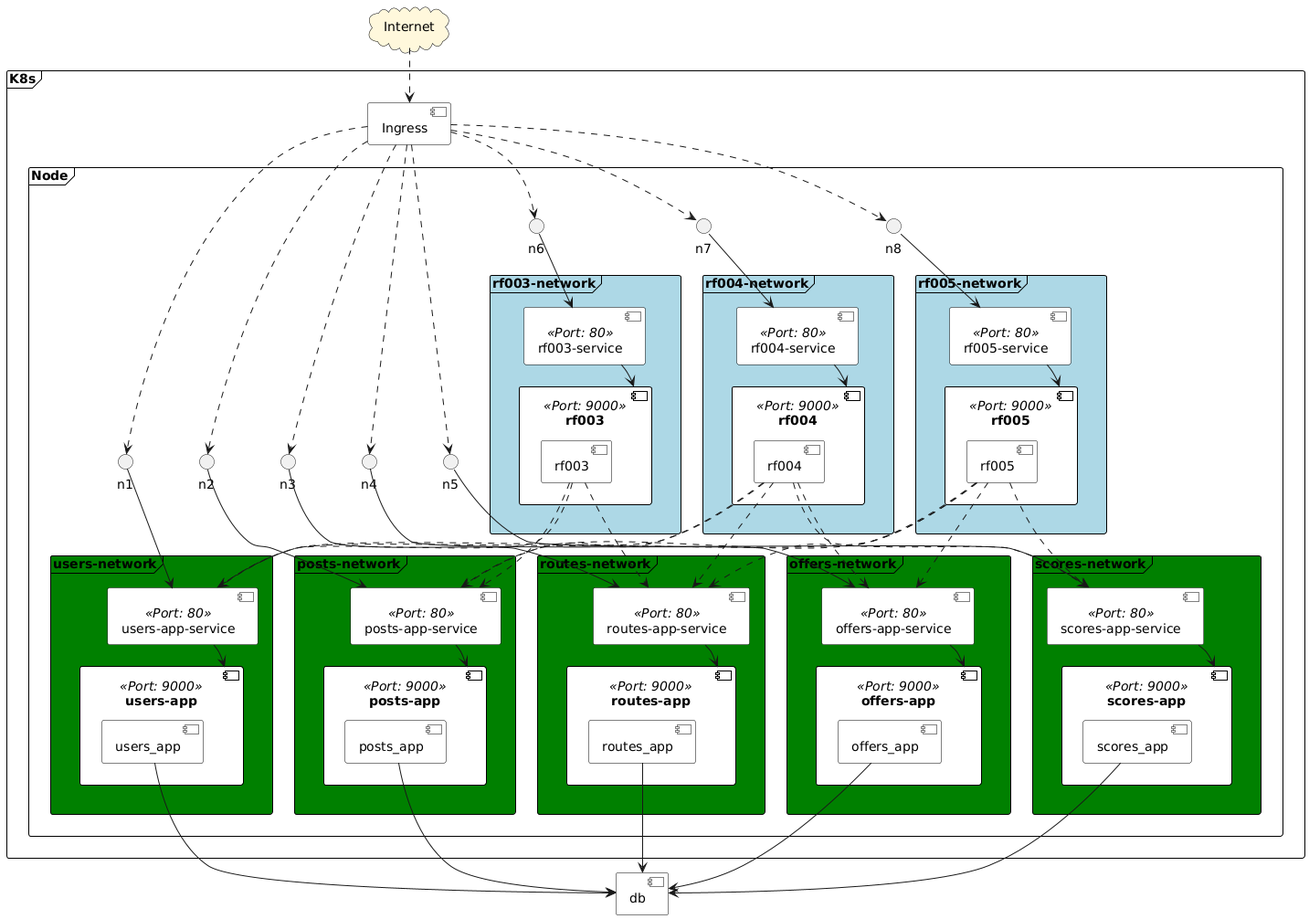
Earlier version of the PlantUML export docs/diagrams/networks.png (EstebanCardenas/MISW4301---Cloud-Native).
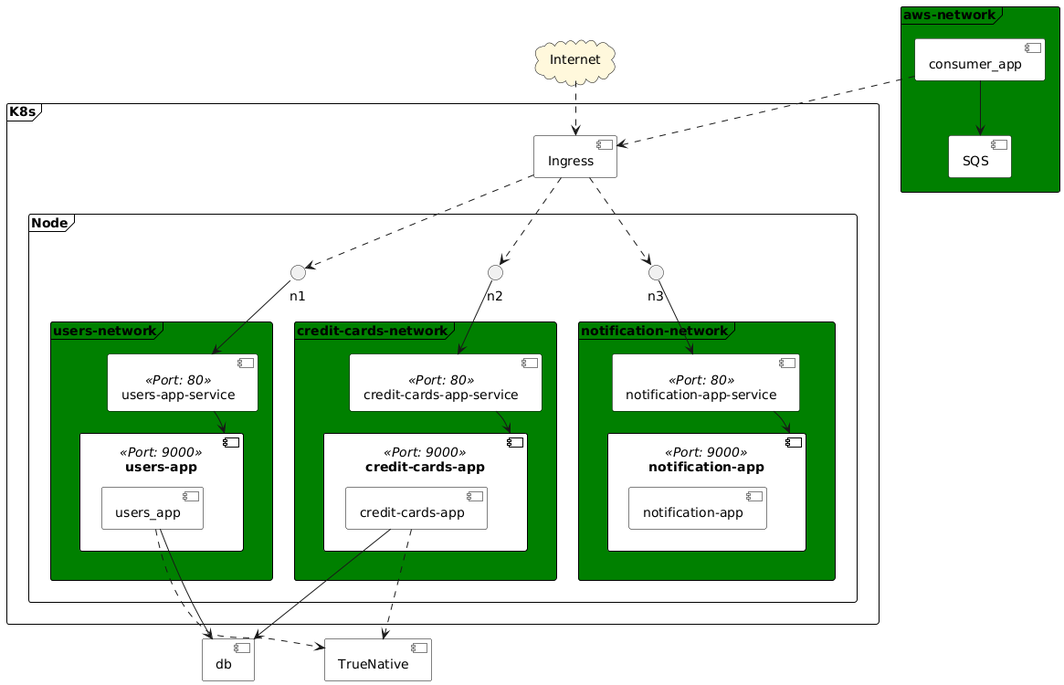
The same diagram one commit later.

Diff of the diagram source:
```diff
@@ -27,11 +27,6 @@
         ingress ..> n1
         ingress ..> n2
         ingress ..> n3
-        ingress ..> n4
-        ingress ..> n5
-        ingress ..> n6
-        ingress ..> n7
-        ingress ..> n8
 
         frame "users-network" #Green {
             component "users-app-service" <<Port: 80>> as usersAppService
@@ -44,95 +39,45 @@
             usersAppService --> usersAppPod
         }
 
-        frame "posts-network" #Green {
-            component "posts-app-service" <<Port: 80>> as postsAppService
-            component "posts-app" <<Port: 9000>> as postsAppPod {
-                component "posts_app" as postsApp
+        frame "credit-cards-network" #Green {
+            component "credit-cards-app-service" <<Port: 80>> as creditCardsAppService
+            component "credit-cards-app" <<Port: 9000>> as creditCardsAppPod {
+                component "credit-cards-app" as creditCardsApp
             }
 
-            n2 --> postsAppService
-            postsAppService --> postsAppPod
+            n2 --> creditCardsAppService
+            creditCardsAppService --> creditCardsAppPod
         }
 
-        frame "routes-network" #Green {
-            component "routes-app-service" <<Port: 80>> as routesAppService
-            component "routes-app" <<Port: 9000>> as routesAppPod {
-                component "routes_app" as routesApp
+        frame "notification-network" #Green {
+            component "notification-app-service" <<Port: 80>> as notificationAppService
+            component "notification-app" <<Port: 9000>> as notificationAppPod {
+                component "notification-app" as notificationApp
             }
 
-            n3 --> routesAppService
-            routesAppService --> routesAppPod
-        }
-
-        frame "offers-network" #Green {
-            component "offers-app-service" <<Port: 80>> as offersAppService
-            component "offers-app" <<Port: 9000>> as offersAppPod {
-                component "offers_app" as offersApp
-            }
-            n4 --> offersAppService
-            offersAppService --> offersAppPod
-        }
-
-        frame "scores-network" #Green {
-            component "scores-app-service" <<Port: 80>> as scoresAppService
-            component "scores-app" <<Port: 9000>> as scoresAppPod {
-                component "scores_app" as scoresApp
-            }
-            n5 --> scoresAppService
-            scoresAppService --> scoresAppPod
-        }
-
-        frame "rf003-network" #LightBlue {
-            component "rf003-service" <<Port: 80>> as rf003Service
-            component "rf003" <<Port: 9000>> as rf003Pod {
-                component "rf003" as rf003
-            }
-            n6 --> rf003Service
-            rf003Service --> rf003Pod
-
-            rf003 ..> usersAppService
-            rf003 ..> postsAppService
-            rf003 ..> routesAppService
-        }
-
-        frame "rf004-network" #LightBlue {
-            component "rf004-service" <<Port: 80>> as rf004Service
-            component "rf004" <<Port: 9000>> as rf004Pod {
-                component "rf004" as rf004
-            }
-            n7 --> rf004Service
-            rf004Service --> rf004Pod
-
-            rf004 ..> usersAppService
-            rf004 ..> postsAppService
-            rf004 ..> routesAppService
-            rf004 ..> offersAppService
-            rf004 ..> scoresAppService
-        }
-
-        frame "rf005-network" #LightBlue {
-            component "rf005-service" <<Port: 80>> as rf005Service
-            component "rf005" <<Port: 9000>> as rf005Pod {
-                component "rf005" as rf005
-            }
-            n8 --> rf005Service
-            rf005Service --> rf005Pod
-
-            rf005 ..> usersAppService
-            rf005 ..> postsAppService
-            rf005 ..> routesAppService
-            rf005 ..> offersAppService
-            rf005 ..> scoresAppService
+            n3 --> notificationAppService
+            notificationAppService --> notificationAppPod
         }
     }
 }
 
 component "db" as db
 
-offersApp --> db
-postsApp --> db
+frame "aws-network" #Green {
+    component "consumer_app" as consumerApp
+    component "SQS" as sqs
+
+    consumerApp --> sqs
+}
+
+component "TrueNative" as TrueNative
+
+consumerApp ..> ingress
+
 usersApp --> db
-routesApp --> db
-scoresApp --> db
+creditCardsApp --> db
+
+usersApp ..> TrueNative
+creditCardsApp ..> TrueNative
 
 @enduml
```
